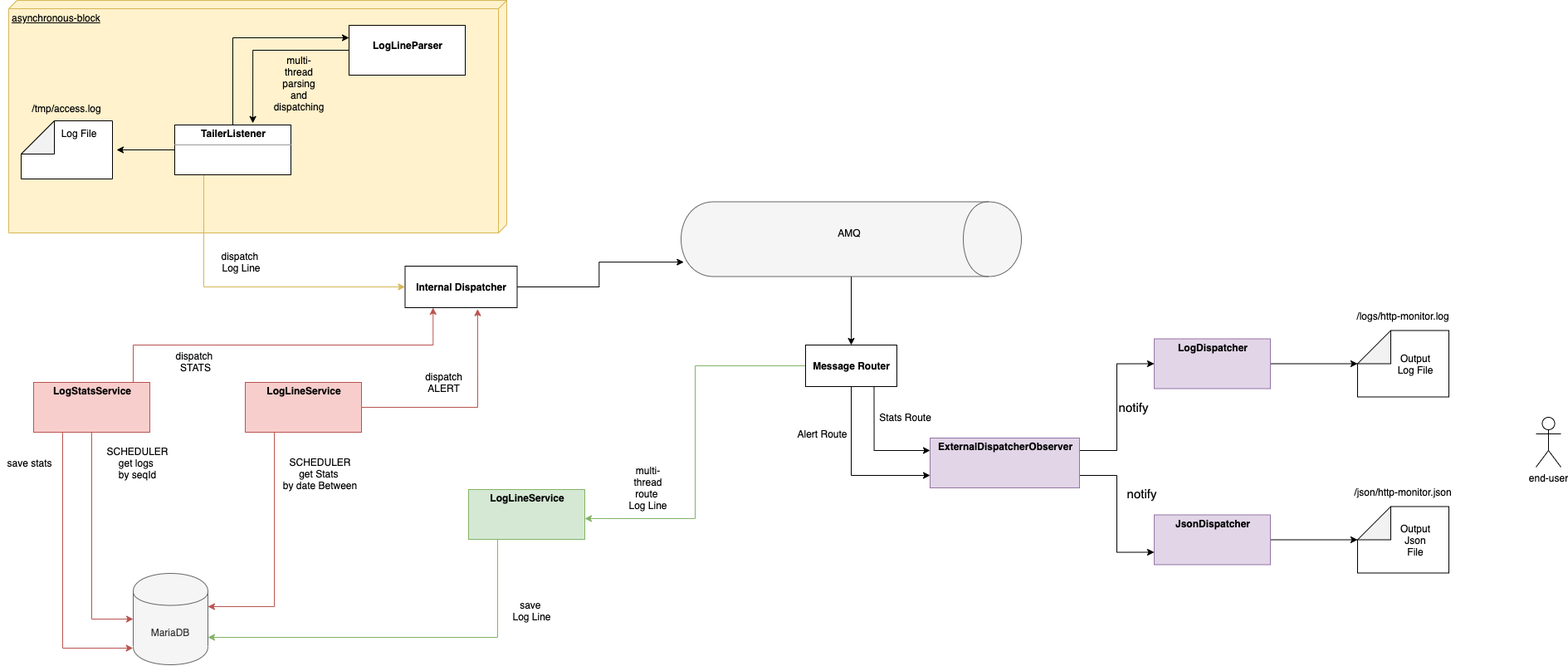
Earlier version of the draw.io export pic/high-level-architecture.png (adrys-lab/access-log-monitor-service). Source tidied: cells renumbered, new cells last; positions are measured from the earlier drawing's top-left corner, leaving out a move shared by most shapes.
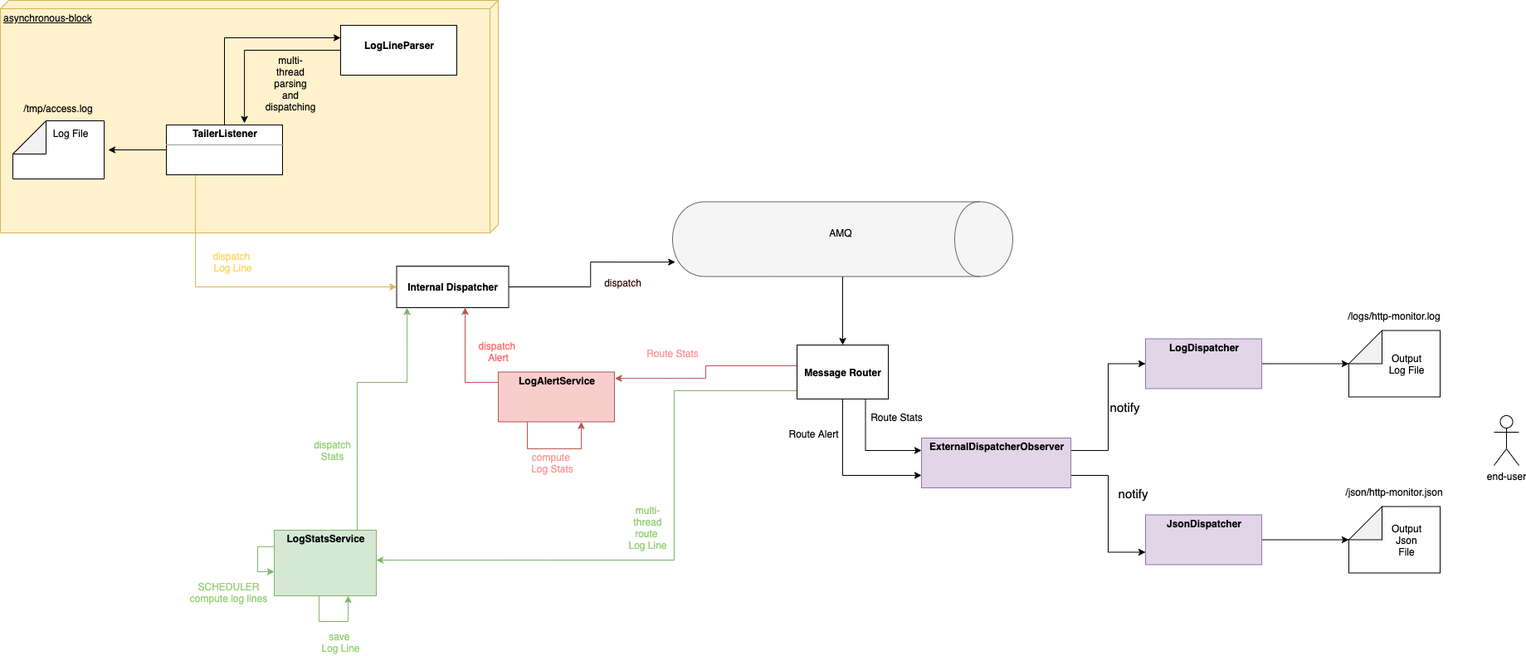
After the commit.

What changed in the source:
```diff
@@ -20,11 +20,8 @@
     <mxCell id="7" value="Log File" style="text;html=1;strokeColor=none;fillColor=none;align=center;verticalAlign=middle;whiteSpace=wrap;rounded=0;" parent="1" vertex="1">
       <mxGeometry x="70" y="150" width="50" height="20" as="geometry" />
     </mxCell>
-    <mxCell id="8" value="MariaDB" style="shape=cylinder;whiteSpace=wrap;html=1;boundedLbl=1;backgroundOutline=1;fillColor=#f5f5f5;strokeColor=#666666;fontColor=#333333;" parent="1" vertex="1">
-      <mxGeometry x="160" y="690" width="90" height="110" as="geometry" />
-    </mxCell>
     <mxCell id="9" value="end-user" style="shape=umlActor;verticalLabelPosition=bottom;labelBackgroundColor=#ffffff;verticalAlign=top;html=1;" parent="1" vertex="1">
-      <mxGeometry x="1850" y="502" width="30" height="60" as="geometry" />
+      <mxGeometry x="1810" y="500" width="30" height="60" as="geometry" />
     </mxCell>
     <mxCell id="10" style="shape=note;whiteSpace=wrap;html=1;backgroundOutline=1;darkOpacity=0.05;rotation=-90;size=40;" parent="1" vertex="1">
       <mxGeometry x="1650" y="382.5" width="80" height="110" as="geometry" />
@@ -52,7 +49,7 @@
     <mxCell id="17" value="&lt;p style=&quot;margin: 0px ; margin-top: 4px ; text-align: center&quot;&gt;&lt;br&gt;&lt;b&gt;LogLineParser&lt;/b&gt;&lt;/p&gt;" style="verticalAlign=top;align=left;overflow=fill;fontSize=12;fontFamily=Helvetica;html=1;" parent="1" vertex="1">
       <mxGeometry x="420" y="30" width="140" height="60" as="geometry" />
     </mxCell>
-    <mxCell id="18" value="dispatch &lt;br&gt;Log Line" style="text;html=1;align=center;verticalAlign=middle;" parent="1" vertex="1">
+    <mxCell id="18" value="dispatch &lt;br&gt;Log Line" style="text;html=1;align=center;verticalAlign=middle;fontColor=#FFD966;" parent="1" vertex="1">
       <mxGeometry x="260" y="300" width="60" height="30" as="geometry" />
     </mxCell>
     <mxCell id="19" value="multi-thread parsing and dispatching" style="text;html=1;strokeColor=none;fillColor=none;align=center;verticalAlign=middle;whiteSpace=wrap;rounded=0;" parent="1" vertex="1">
@@ -64,14 +61,27 @@
     <mxCell id="21" style="edgeStyle=orthogonalEdgeStyle;rounded=0;jettySize=auto;html=1;exitX=0.5;exitY=1;exitDx=0;exitDy=0;entryX=0;entryY=0.75;entryDx=0;entryDy=0;" parent="1" edge="1" source="24" target="51">
       <mxGeometry relative="1" as="geometry" />
     </mxCell>
-    <mxCell id="22" style="edgeStyle=orthogonalEdgeStyle;rounded=0;jettySize=auto;html=1;entryX=1;entryY=0.583;entryDx=0;entryDy=0;entryPerimeter=0;fillColor=#d5e8d4;strokeColor=#82b366;" parent="1" edge="1" source="24" target="29">
-      <mxGeometry relative="1" as="geometry" />
+    <mxCell id="22" style="edgeStyle=orthogonalEdgeStyle;rounded=0;jettySize=auto;html=1;entryX=1;entryY=0.456;entryDx=0;entryDy=0;entryPerimeter=0;fillColor=#d5e8d4;strokeColor=#82b366;" parent="1" edge="1" source="24" target="29">
+      <mxGeometry relative="1" as="geometry">
+        <Array as="points">
+          <mxPoint x="822" y="470" />
+          <mxPoint x="822" y="674" />
+        </Array>
+      </mxGeometry>
     </mxCell>
     <mxCell id="23" style="edgeStyle=orthogonalEdgeStyle;rounded=0;jettySize=auto;html=1;exitX=0.75;exitY=1;exitDx=0;exitDy=0;entryX=0;entryY=0.25;entryDx=0;entryDy=0;" parent="1" edge="1" source="24" target="51">
       <mxGeometry relative="1" as="geometry" />
     </mxCell>
+    <mxCell id="59" style="edgeStyle=orthogonalEdgeStyle;rounded=0;jettySize=auto;html=1;entryX=1.003;entryY=0.128;entryDx=0;entryDy=0;entryPerimeter=0;fontColor=#FF9999;fillColor=#f8cecc;strokeColor=#b85450;" parent="1" edge="1" source="24" target="37">
+      <mxGeometry relative="1" as="geometry">
+        <Array as="points">
+          <mxPoint x="860" y="440" />
+          <mxPoint x="860" y="455" />
+        </Array>
+      </mxGeometry>
+    </mxCell>
     <mxCell id="24" value="&lt;b&gt;Message Router&lt;/b&gt;" style="html=1;" parent="1" vertex="1">
-      <mxGeometry x="970" y="415" width="110" height="50" as="geometry" />
+      <mxGeometry x="970" y="415" width="110" height="65" as="geometry" />
     </mxCell>
     <mxCell id="25" style="edgeStyle=orthogonalEdgeStyle;rounded=0;jettySize=auto;html=1;exitX=1;exitY=0.5;exitDx=0;exitDy=0;entryX=0;entryY=0;entryDx=40;entryDy=0;entryPerimeter=0;" parent="1" edge="1" source="26" target="10">
       <mxGeometry relative="1" as="geometry" />
@@ -79,14 +89,29 @@
     <mxCell id="26" value="&lt;p style=&quot;margin: 0px ; margin-top: 4px ; text-align: center&quot;&gt;&lt;b&gt;LogDispatcher&lt;/b&gt;&lt;/p&gt;" style="verticalAlign=top;align=left;overflow=fill;fontSize=12;fontFamily=Helvetica;html=1;fillColor=#e1d5e7;strokeColor=#9673a6;" parent="1" vertex="1">
       <mxGeometry x="1390" y="407.5" width="140" height="60" as="geometry" />
     </mxCell>
-    <mxCell id="27" value="Alert Route" style="text;html=1;align=center;verticalAlign=middle;" parent="1" vertex="1">
-      <mxGeometry x="950" y="512" width="80" height="20" as="geometry" />
+    <mxCell id="27" value="Route Alert" style="text;html=1;align=center;verticalAlign=middle;" parent="1" vertex="1">
+      <mxGeometry x="955" y="512" width="70" height="20" as="geometry" />
     </mxCell>
-    <mxCell id="28" style="edgeStyle=orthogonalEdgeStyle;rounded=0;jettySize=auto;html=1;exitX=0.25;exitY=1;exitDx=0;exitDy=0;entryX=1;entryY=0.7;entryDx=0;entryDy=0;fillColor=#d5e8d4;strokeColor=#82b366;" parent="1" edge="1" source="29" target="8">
-      <mxGeometry relative="1" as="geometry" />
+    <mxCell id="28" style="edgeStyle=orthogonalEdgeStyle;rounded=0;orthogonalLoop=1;jettySize=auto;html=1;exitX=0.25;exitY=1;exitDx=0;exitDy=0;entryX=0.724;entryY=1;entryDx=0;entryDy=0;fillColor=#d5e8d4;strokeColor=#82b366;entryPerimeter=0;" parent="1" edge="1" source="29" target="29">
+      <mxGeometry relative="1" as="geometry">
+        <Array as="points">
+          <mxPoint x="394" y="717" />
+          <mxPoint x="394" y="748" />
+          <mxPoint x="429" y="748" />
+        </Array>
+      </mxGeometry>
     </mxCell>
+    <mxCell id="60" style="edgeStyle=orthogonalEdgeStyle;rounded=0;orthogonalLoop=1;jettySize=auto;html=1;entryX=0;entryY=0.633;entryDx=0;entryDy=0;entryPerimeter=0;exitX=0;exitY=0.25;exitDx=0;exitDy=0;fillColor=#d5e8d4;strokeColor=#82b366;" parent="1" edge="1" source="29" target="29">
+      <mxGeometry relative="1" as="geometry">
+        <Array as="points">
+          <mxPoint x="330" y="658" />
+          <mxPoint x="320" y="658" />
+          <mxPoint x="320" y="688" />
+        </Array>
+      </mxGeometry>
+    </mxCell>
-    <mxCell id="29" value="&lt;p style=&quot;margin: 0px ; margin-top: 4px ; text-align: center&quot;&gt;&lt;b&gt;LogLineService&lt;/b&gt;&lt;/p&gt;" style="verticalAlign=top;align=left;overflow=fill;fontSize=12;fontFamily=Helvetica;html=1;fillColor=#d5e8d4;strokeColor=#82b366;" parent="1" vertex="1">
-      <mxGeometry x="564" y="589" width="140" height="60" as="geometry" />
+    <mxCell id="29" value="&lt;p style=&quot;margin: 0px ; margin-top: 4px ; text-align: center&quot;&gt;&lt;b&gt;LogStatsService&lt;/b&gt;&lt;/p&gt;" style="verticalAlign=top;align=left;overflow=fill;fontSize=12;fontFamily=Helvetica;html=1;fillColor=#d5e8d4;strokeColor=#82b366;" parent="1" vertex="1">
+      <mxGeometry x="340" y="638" width="123" height="79" as="geometry" />
     </mxCell>
     <mxCell id="30" style="edgeStyle=orthogonalEdgeStyle;rounded=0;jettySize=auto;html=1;entryX=0.807;entryY=0.992;entryDx=0;entryDy=0;entryPerimeter=0;" parent="1" edge="1" source="31" target="4">
       <mxGeometry relative="1" as="geometry" />
@@ -94,61 +119,52 @@
     <mxCell id="31" value="&lt;b&gt;Internal Dispatcher&lt;/b&gt;" style="html=1;" parent="1" vertex="1">
       <mxGeometry x="487.5" y="320" width="135" height="50" as="geometry" />
     </mxCell>
-    <mxCell id="32" value="&lt;span style=&quot;white-space: normal&quot;&gt;multi-thread&lt;br&gt;&lt;/span&gt;route&amp;nbsp;&lt;br&gt;Log Line" style="text;html=1;align=center;verticalAlign=middle;" parent="1" vertex="1">
-      <mxGeometry x="740" y="562" width="80" height="50" as="geometry" />
+    <mxCell id="32" value="&lt;span style=&quot;white-space: normal&quot;&gt;multi-thread&lt;br&gt;&lt;/span&gt;route&amp;nbsp;&lt;br&gt;Log Line" style="text;html=1;align=center;verticalAlign=middle;fontColor=#97D077;" parent="1" vertex="1">
+      <mxGeometry x="750" y="609.5" width="80" height="50" as="geometry" />
     </mxCell>
-    <mxCell id="33" value="save &lt;br&gt;Log Line" style="text;html=1;align=center;verticalAlign=middle;" parent="1" vertex="1">
-      <mxGeometry x="610" y="720" width="60" height="30" as="geometry" />
+    <mxCell id="33" value="save &lt;br&gt;Log Line" style="text;html=1;align=center;verticalAlign=middle;fontColor=#97D077;" parent="1" vertex="1">
+      <mxGeometry x="390" y="758" width="60" height="30" as="geometry" />
     </mxCell>
-    <mxCell id="34" style="edgeStyle=orthogonalEdgeStyle;rounded=0;jettySize=auto;html=1;exitX=0.25;exitY=1;exitDx=0;exitDy=0;entryX=-0.003;entryY=0.818;entryDx=0;entryDy=0;entryPerimeter=0;fillColor=#f8cecc;strokeColor=#b85450;" parent="1" edge="1" source="37" target="8">
-      <mxGeometry relative="1" as="geometry" />
-    </mxCell>
-    <mxCell id="35" style="edgeStyle=orthogonalEdgeStyle;rounded=0;jettySize=auto;html=1;entryX=0;entryY=0.5;entryDx=0;entryDy=0;fillColor=#f8cecc;strokeColor=#b85450;" parent="1" edge="1" source="37" target="8">
-      <mxGeometry relative="1" as="geometry" />
-    </mxCell>
-    <mxCell id="36" style="edgeStyle=orthogonalEdgeStyle;rounded=0;jettySize=auto;html=1;exitX=1;exitY=0;exitDx=0;exitDy=0;entryX=0.25;entryY=1;entryDx=0;entryDy=0;fillColor=#f8cecc;strokeColor=#b85450;" parent="1" edge="1" source="37" target="31">
+    <mxCell id="36" style="edgeStyle=orthogonalEdgeStyle;rounded=0;jettySize=auto;html=1;exitX=1;exitY=0;exitDx=0;exitDy=0;fillColor=#f8cecc;strokeColor=#b85450;" parent="1" edge="1" source="37">
       <mxGeometry relative="1" as="geometry">
+        <mxPoint x="570" y="370" as="targetPoint" />
         <Array as="points">
-          <mxPoint x="160" y="460" />
-          <mxPoint x="160" y="415" />
-          <mxPoint x="521" y="415" />
+          <mxPoint x="750" y="460" />
+          <mxPoint x="570" y="460" />
+          <mxPoint x="570" y="370" />
         </Array>
       </mxGeometry>
     </mxCell>
+    <mxCell id="61" style="edgeStyle=orthogonalEdgeStyle;rounded=0;orthogonalLoop=1;jettySize=auto;html=1;exitX=0.25;exitY=1;exitDx=0;exitDy=0;fontColor=#FF9999;entryX=0.714;entryY=1;entryDx=0;entryDy=0;entryPerimeter=0;fillColor=#f8cecc;strokeColor=#b85450;" parent="1" edge="1" source="37" target="37">
+      <mxGeometry relative="1" as="geometry">
+        <Array as="points">
+          <mxPoint x="645" y="540" />
+          <mxPoint x="710" y="540" />
+        </Array>
+      </mxGeometry>
+    </mxCell>
-    <mxCell id="37" value="&lt;p style=&quot;margin: 0px ; margin-top: 4px ; text-align: center&quot;&gt;&lt;b&gt;LogStatsService&lt;/b&gt;&lt;/p&gt;" style="verticalAlign=top;align=left;overflow=fill;fontSize=12;fontFamily=Helvetica;html=1;fillColor=#f8cecc;strokeColor=#b85450;" parent="1" vertex="1">
-      <mxGeometry x="40" y="460" width="140" height="60" as="geometry" />
+    <mxCell id="37" value="&lt;p style=&quot;margin: 0px ; margin-top: 4px ; text-align: center&quot;&gt;&lt;b&gt;LogAlertService&lt;/b&gt;&lt;/p&gt;" style="verticalAlign=top;align=left;overflow=fill;fontSize=12;fontFamily=Helvetica;html=1;fillColor=#f8cecc;strokeColor=#b85450;" parent="1" vertex="1">
+      <mxGeometry x="610" y="447.5" width="140" height="60" as="geometry" />
     </mxCell>
-    <mxCell id="38" style="edgeStyle=orthogonalEdgeStyle;rounded=0;jettySize=auto;html=1;exitX=0.25;exitY=1;exitDx=0;exitDy=0;fillColor=#f8cecc;strokeColor=#b85450;" parent="1" edge="1" source="40">
-      <mxGeometry relative="1" as="geometry">
-        <mxPoint x="250" y="730" as="targetPoint" />
-        <Array as="points">
-          <mxPoint x="330" y="730" />
-          <mxPoint x="250" y="730" />
-        </Array>
-      </mxGeometry>
-    </mxCell>
-    <mxCell id="39" style="edgeStyle=orthogonalEdgeStyle;rounded=0;jettySize=auto;html=1;exitX=1;exitY=0.5;exitDx=0;exitDy=0;entryX=0.648;entryY=1.034;entryDx=0;entryDy=0;entryPerimeter=0;fillColor=#f8cecc;strokeColor=#b85450;" parent="1" edge="1" source="40" target="31">
-      <mxGeometry relative="1" as="geometry" />
+    <mxCell id="39" style="edgeStyle=orthogonalEdgeStyle;rounded=0;jettySize=auto;html=1;exitX=0.25;exitY=0;exitDx=0;exitDy=0;entryX=0.093;entryY=1.004;entryDx=0;entryDy=0;entryPerimeter=0;fillColor=#d5e8d4;strokeColor=#82b366;" parent="1" edge="1" source="29" target="31">
+      <mxGeometry relative="1" as="geometry">
+        <Array as="points">
+          <mxPoint x="440" y="638" />
+          <mxPoint x="440" y="460" />
+          <mxPoint x="500" y="460" />
+        </Array>
+      </mxGeometry>
     </mxCell>
-    <mxCell id="40" value="&lt;p style=&quot;margin: 0px ; margin-top: 4px ; text-align: center&quot;&gt;&lt;b&gt;LogLineService&lt;/b&gt;&lt;/p&gt;" style="verticalAlign=top;align=left;overflow=fill;fontSize=12;fontFamily=Helvetica;html=1;fillColor=#f8cecc;strokeColor=#b85450;" parent="1" vertex="1">
-      <mxGeometry x="295" y="460" width="140" height="60" as="geometry" />
-    </mxCell>
-    <mxCell id="41" value="SCHEDULER&lt;br&gt;get logs &lt;br&gt;by seqId" style="text;html=1;align=center;verticalAlign=middle;" parent="1" vertex="1">
-      <mxGeometry x="120" y="532" width="90" height="50" as="geometry" />
-    </mxCell>
-    <mxCell id="42" value="SCHEDULER&lt;br&gt;get Stats&amp;nbsp;&lt;br&gt;by date Between" style="text;html=1;align=center;verticalAlign=middle;" parent="1" vertex="1">
-      <mxGeometry x="335" y="545" width="100" height="50" as="geometry" />
+    <mxCell id="42" value="SCHEDULER&lt;br&gt;compute log lines" style="text;html=1;align=center;verticalAlign=middle;fontColor=#97D077;" parent="1" vertex="1">
+      <mxGeometry x="230" y="697.5" width="110" height="30" as="geometry" />
     </mxCell>
-    <mxCell id="43" value="dispatch &lt;br&gt;STATS" style="text;html=1;align=center;verticalAlign=middle;" parent="1" vertex="1">
-      <mxGeometry x="205" y="420" width="60" height="30" as="geometry" />
+    <mxCell id="43" value="dispatch &lt;br&gt;Alert" style="text;html=1;align=center;verticalAlign=middle;fontColor=#FF6666;" parent="1" vertex="1">
+      <mxGeometry x="580" y="407.5" width="60" height="30" as="geometry" />
     </mxCell>
-    <mxCell id="44" value="save stats" style="text;html=1;align=center;verticalAlign=middle;" parent="1" vertex="1">
-      <mxGeometry y="547" width="70" height="20" as="geometry" />
-    </mxCell>
-    <mxCell id="45" value="dispatch&lt;br&gt;ALERT" style="text;html=1;align=center;verticalAlign=middle;" parent="1" vertex="1">
-      <mxGeometry x="504" y="445" width="60" height="30" as="geometry" />
+    <mxCell id="45" value="dispatch&lt;br&gt;Stats" style="text;html=1;align=center;verticalAlign=middle;fontColor=#97D077;" parent="1" vertex="1">
+      <mxGeometry x="380" y="527" width="60" height="30" as="geometry" />
     </mxCell>
-    <mxCell id="46" value="Stats Route" style="text;html=1;align=center;verticalAlign=middle;" parent="1" vertex="1">
+    <mxCell id="46" value="Route Stats" style="text;html=1;align=center;verticalAlign=middle;" parent="1" vertex="1">
       <mxGeometry x="1050" y="492" width="80" height="20" as="geometry" />
     </mxCell>
     <mxCell id="47" value="/tmp/access.log" style="text;html=1;strokeColor=none;fillColor=none;align=center;verticalAlign=middle;whiteSpace=wrap;rounded=0;" parent="1" vertex="1">
@@ -187,5 +203,14 @@
     <mxCell id="58" value="notify" style="text;html=1;align=center;verticalAlign=middle;fontSize=15;" parent="1" vertex="1">
       <mxGeometry x="1350" y="584" width="50" height="20" as="geometry" />
     </mxCell>
+    <mxCell id="62" value="Route Stats" style="text;html=1;align=center;verticalAlign=middle;fontColor=#FF9999;" parent="1" vertex="1">
+      <mxGeometry x="780" y="415" width="80" height="20" as="geometry" />
+    </mxCell>
+    <mxCell id="63" value="compute &lt;br&gt;Log Stats" style="text;html=1;align=center;verticalAlign=middle;fontColor=#FF9999;" parent="1" vertex="1">
+      <mxGeometry x="640" y="542" width="70" height="30" as="geometry" />
+    </mxCell>
+    <mxCell id="64" value="dispatch" style="text;html=1;align=center;verticalAlign=middle;fontColor=#330000;" parent="1" vertex="1">
+      <mxGeometry x="730" y="330" width="60" height="20" as="geometry" />
+    </mxCell>
   </root>
 </mxGraphModel>
```
